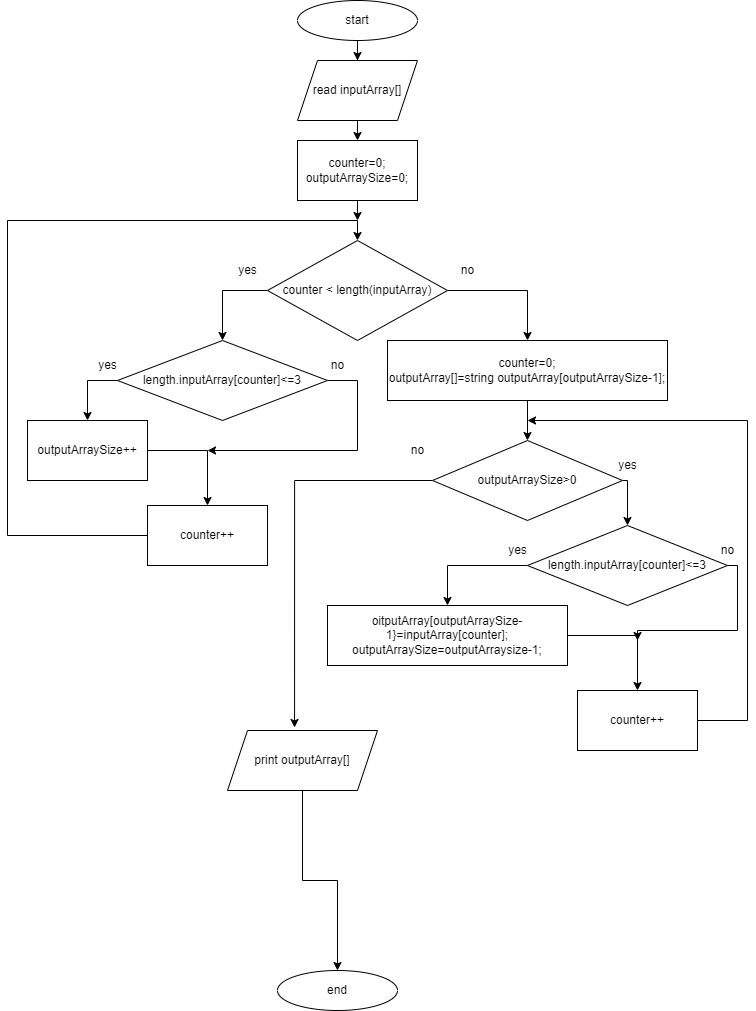
Above: itog_1.png in KnstSpbOne/itog_1 (draw.io), before the change. Source tidied: cells renumbered, new cells last; positions are measured from the earlier drawing's top-left corner, leaving out a move shared by most shapes. Its diagram source:
```xml
<mxGraphModel>
  <root>
    <mxCell id="0" />
    <mxCell id="1" parent="0" />
    <mxCell id="2" style="edgeStyle=orthogonalEdgeStyle;rounded=0;jettySize=auto;html=1;entryX=0.5;entryY=0;entryDx=0;entryDy=0;" parent="1" edge="1" source="3" target="6">
      <mxGeometry relative="1" as="geometry" />
    </mxCell>
    <mxCell id="3" value="start" style="ellipse;whiteSpace=wrap;html=1;" parent="1" vertex="1">
      <mxGeometry x="290" width="120" height="40" as="geometry" />
    </mxCell>
    <mxCell id="4" value="end" style="ellipse;whiteSpace=wrap;html=1;" parent="1" vertex="1">
      <mxGeometry x="270" y="970" width="120" height="40" as="geometry" />
    </mxCell>
    <mxCell id="5" style="edgeStyle=orthogonalEdgeStyle;rounded=0;jettySize=auto;html=1;exitX=0.5;exitY=1;exitDx=0;exitDy=0;entryX=0.5;entryY=0;entryDx=0;entryDy=0;" parent="1" edge="1" source="6" target="8">
      <mxGeometry relative="1" as="geometry" />
    </mxCell>
    <mxCell id="6" value="read inputArray[]" style="shape=parallelogram;perimeter=parallelogramPerimeter;whiteSpace=wrap;html=1;fixedSize=1;" parent="1" vertex="1">
      <mxGeometry x="290" y="60" width="120" height="60" as="geometry" />
    </mxCell>
    <mxCell id="7" style="edgeStyle=orthogonalEdgeStyle;rounded=0;jettySize=auto;html=1;exitX=0.5;exitY=1;exitDx=0;exitDy=0;" parent="1" edge="1" source="8">
      <mxGeometry relative="1" as="geometry">
        <mxPoint x="350" y="220" as="targetPoint" />
      </mxGeometry>
    </mxCell>
    <mxCell id="8" value="counter=0;&lt;br&gt;outputArraySize=0;" style="rounded=0;whiteSpace=wrap;html=1;" parent="1" vertex="1">
      <mxGeometry x="290" y="140" width="120" height="60" as="geometry" />
    </mxCell>
    <mxCell id="9" style="edgeStyle=orthogonalEdgeStyle;rounded=0;jettySize=auto;html=1;exitX=0;exitY=0.5;exitDx=0;exitDy=0;" parent="1" edge="1" source="12">
      <mxGeometry relative="1" as="geometry">
        <mxPoint x="280" y="290" as="targetPoint" />
      </mxGeometry>
    </mxCell>
    <mxCell id="10" style="edgeStyle=orthogonalEdgeStyle;rounded=0;jettySize=auto;html=1;entryX=0.5;entryY=0;entryDx=0;entryDy=0;" parent="1" edge="1" source="12" target="16">
      <mxGeometry relative="1" as="geometry">
        <Array as="points">
          <mxPoint x="215" y="290" />
        </Array>
      </mxGeometry>
    </mxCell>
    <mxCell id="11" style="edgeStyle=orthogonalEdgeStyle;rounded=0;jettySize=auto;html=1;entryX=0.5;entryY=0;entryDx=0;entryDy=0;" parent="1" edge="1" source="12" target="28">
      <mxGeometry relative="1" as="geometry">
        <Array as="points">
          <mxPoint x="520" y="290" />
        </Array>
      </mxGeometry>
    </mxCell>
    <mxCell id="12" value="counter &amp;lt; length(inputArray)" style="rhombus;whiteSpace=wrap;html=1;" parent="1" vertex="1">
      <mxGeometry x="260" y="240" width="180" height="100" as="geometry" />
    </mxCell>
    <mxCell id="13" value="yes" style="text;html=1;align=center;verticalAlign=middle;strokeColor=none;fillColor=none;" parent="1" vertex="1">
      <mxGeometry x="220" y="255" width="40" height="30" as="geometry" />
    </mxCell>
    <mxCell id="14" style="edgeStyle=orthogonalEdgeStyle;rounded=0;jettySize=auto;html=1;exitX=0;exitY=0.5;exitDx=0;exitDy=0;" parent="1" edge="1" source="16" target="18">
      <mxGeometry relative="1" as="geometry">
        <Array as="points">
          <mxPoint x="80" y="380" />
        </Array>
      </mxGeometry>
    </mxCell>
    <mxCell id="15" style="edgeStyle=orthogonalEdgeStyle;rounded=0;jettySize=auto;html=1;" parent="1" edge="1" source="16">
      <mxGeometry relative="1" as="geometry">
        <mxPoint x="200" y="450" as="targetPoint" />
        <Array as="points">
          <mxPoint x="350" y="380" />
          <mxPoint x="350" y="450" />
        </Array>
      </mxGeometry>
    </mxCell>
    <mxCell id="16" value="length.inputArray[counter]&amp;lt;=3" style="rhombus;whiteSpace=wrap;html=1;" parent="1" vertex="1">
      <mxGeometry x="110" y="340" width="210" height="80" as="geometry" />
    </mxCell>
    <mxCell id="17" style="edgeStyle=orthogonalEdgeStyle;rounded=0;jettySize=auto;html=1;entryX=0.5;entryY=0;entryDx=0;entryDy=0;" parent="1" edge="1" source="18" target="21">
      <mxGeometry relative="1" as="geometry">
        <Array as="points">
          <mxPoint x="200" y="450" />
        </Array>
      </mxGeometry>
    </mxCell>
    <mxCell id="18" value="outputArraySize++" style="rounded=0;whiteSpace=wrap;html=1;" parent="1" vertex="1">
      <mxGeometry x="20" y="420" width="120" height="60" as="geometry" />
    </mxCell>
    <mxCell id="19" value="yes" style="text;html=1;align=center;verticalAlign=middle;strokeColor=none;fillColor=none;" parent="1" vertex="1">
      <mxGeometry x="80" y="350" width="40" height="30" as="geometry" />
    </mxCell>
    <mxCell id="20" style="edgeStyle=orthogonalEdgeStyle;rounded=0;jettySize=auto;html=1;entryX=0.5;entryY=0;entryDx=0;entryDy=0;" parent="1" edge="1" source="21" target="12">
      <mxGeometry relative="1" as="geometry">
        <Array as="points">
          <mxPoint y="535" />
          <mxPoint y="220" />
          <mxPoint x="350" y="220" />
        </Array>
      </mxGeometry>
    </mxCell>
    <mxCell id="21" value="counter++" style="rounded=0;whiteSpace=wrap;html=1;" parent="1" vertex="1">
      <mxGeometry x="140" y="505" width="120" height="60" as="geometry" />
    </mxCell>
    <mxCell id="22" value="no" style="text;html=1;align=center;verticalAlign=middle;strokeColor=none;fillColor=none;" parent="1" vertex="1">
      <mxGeometry x="310" y="350" width="40" height="30" as="geometry" />
    </mxCell>
    <mxCell id="23" value="no" style="text;html=1;align=center;verticalAlign=middle;strokeColor=none;fillColor=none;" parent="1" vertex="1">
      <mxGeometry x="440" y="255" width="40" height="30" as="geometry" />
    </mxCell>
    <mxCell id="24" style="edgeStyle=orthogonalEdgeStyle;rounded=0;jettySize=auto;html=1;exitX=1;exitY=0.5;exitDx=0;exitDy=0;entryX=0.5;entryY=0;entryDx=0;entryDy=0;" parent="1" edge="1" source="26" target="31">
      <mxGeometry relative="1" as="geometry">
        <Array as="points">
          <mxPoint x="620" y="480" />
        </Array>
      </mxGeometry>
    </mxCell>
    <mxCell id="25" style="edgeStyle=orthogonalEdgeStyle;rounded=0;jettySize=auto;html=1;exitX=0;exitY=0.5;exitDx=0;exitDy=0;entryX=0.447;entryY=-0.05;entryDx=0;entryDy=0;entryPerimeter=0;" parent="1" edge="1" source="26" target="41">
      <mxGeometry relative="1" as="geometry" />
    </mxCell>
    <mxCell id="26" value="outputArraySize&amp;gt;0" style="rhombus;whiteSpace=wrap;html=1;" parent="1" vertex="1">
      <mxGeometry x="425" y="440" width="190" height="80" as="geometry" />
    </mxCell>
    <mxCell id="27" style="edgeStyle=orthogonalEdgeStyle;rounded=0;jettySize=auto;html=1;entryX=0.5;entryY=0;entryDx=0;entryDy=0;" parent="1" edge="1" source="28" target="26">
      <mxGeometry relative="1" as="geometry" />
    </mxCell>
    <mxCell id="28" value="counter=0;&lt;br&gt;outputArray[]=string outputArray[outputArraySize-1];" style="rounded=0;whiteSpace=wrap;html=1;" parent="1" vertex="1">
      <mxGeometry x="380" y="340" width="280" height="60" as="geometry" />
    </mxCell>
    <mxCell id="29" style="edgeStyle=orthogonalEdgeStyle;rounded=0;jettySize=auto;html=1;entryX=0.5;entryY=0;entryDx=0;entryDy=0;" parent="1" edge="1" source="31" target="33">
      <mxGeometry relative="1" as="geometry">
        <Array as="points">
          <mxPoint x="440" y="565" />
        </Array>
      </mxGeometry>
    </mxCell>
    <mxCell id="30" style="edgeStyle=orthogonalEdgeStyle;rounded=0;jettySize=auto;html=1;exitX=1;exitY=0.5;exitDx=0;exitDy=0;" parent="1" edge="1" source="31">
      <mxGeometry relative="1" as="geometry">
        <mxPoint x="630" y="640" as="targetPoint" />
        <Array as="points">
          <mxPoint x="730" y="565" />
          <mxPoint x="730" y="630" />
          <mxPoint x="630" y="630" />
        </Array>
      </mxGeometry>
    </mxCell>
    <mxCell id="31" value="length.inputArray[counter]&amp;lt;=3" style="rhombus;whiteSpace=wrap;html=1;" parent="1" vertex="1">
      <mxGeometry x="520" y="525" width="200" height="80" as="geometry" />
    </mxCell>
    <mxCell id="32" style="edgeStyle=orthogonalEdgeStyle;rounded=0;jettySize=auto;html=1;entryX=0.5;entryY=0;entryDx=0;entryDy=0;" parent="1" edge="1" source="33" target="36">
      <mxGeometry relative="1" as="geometry" />
    </mxCell>
    <mxCell id="33" value="oitputArray[outputArraySize-1}=inputArray[counter];&lt;br&gt;outputArraySize=outputArraysize-1;" style="rounded=0;whiteSpace=wrap;html=1;" parent="1" vertex="1">
      <mxGeometry x="320" y="605" width="240" height="60" as="geometry" />
    </mxCell>
    <mxCell id="34" value="yes" style="text;html=1;align=center;verticalAlign=middle;strokeColor=none;fillColor=none;" parent="1" vertex="1">
      <mxGeometry x="490" y="535" width="40" height="30" as="geometry" />
    </mxCell>
    <mxCell id="35" style="edgeStyle=orthogonalEdgeStyle;rounded=0;jettySize=auto;html=1;" parent="1" edge="1" source="36">
      <mxGeometry relative="1" as="geometry">
        <mxPoint x="520" y="420" as="targetPoint" />
        <Array as="points">
          <mxPoint x="740" y="720" />
          <mxPoint x="740" y="420" />
        </Array>
      </mxGeometry>
    </mxCell>
    <mxCell id="36" value="counter++" style="rounded=0;whiteSpace=wrap;html=1;" parent="1" vertex="1">
      <mxGeometry x="570" y="690" width="120" height="60" as="geometry" />
    </mxCell>
    <mxCell id="37" value="no" style="text;html=1;align=center;verticalAlign=middle;strokeColor=none;fillColor=none;" parent="1" vertex="1">
      <mxGeometry x="700" y="535" width="40" height="30" as="geometry" />
    </mxCell>
    <mxCell id="38" value="yes" style="text;html=1;align=center;verticalAlign=middle;strokeColor=none;fillColor=none;" parent="1" vertex="1">
      <mxGeometry x="600" y="450" width="40" height="30" as="geometry" />
    </mxCell>
    <mxCell id="39" value="no" style="text;html=1;align=center;verticalAlign=middle;strokeColor=none;fillColor=none;" parent="1" vertex="1">
      <mxGeometry x="390" y="435" width="40" height="30" as="geometry" />
    </mxCell>
    <mxCell id="40" style="edgeStyle=orthogonalEdgeStyle;rounded=0;jettySize=auto;html=1;entryX=0.5;entryY=0;entryDx=0;entryDy=0;" parent="1" edge="1" source="41" target="4">
      <mxGeometry relative="1" as="geometry" />
    </mxCell>
    <mxCell id="41" value="print outputArray[]" style="shape=parallelogram;perimeter=parallelogramPerimeter;whiteSpace=wrap;html=1;fixedSize=1;" parent="1" vertex="1">
      <mxGeometry x="220" y="730" width="150" height="60" as="geometry" />
    </mxCell>
  </root>
</mxGraphModel>
```
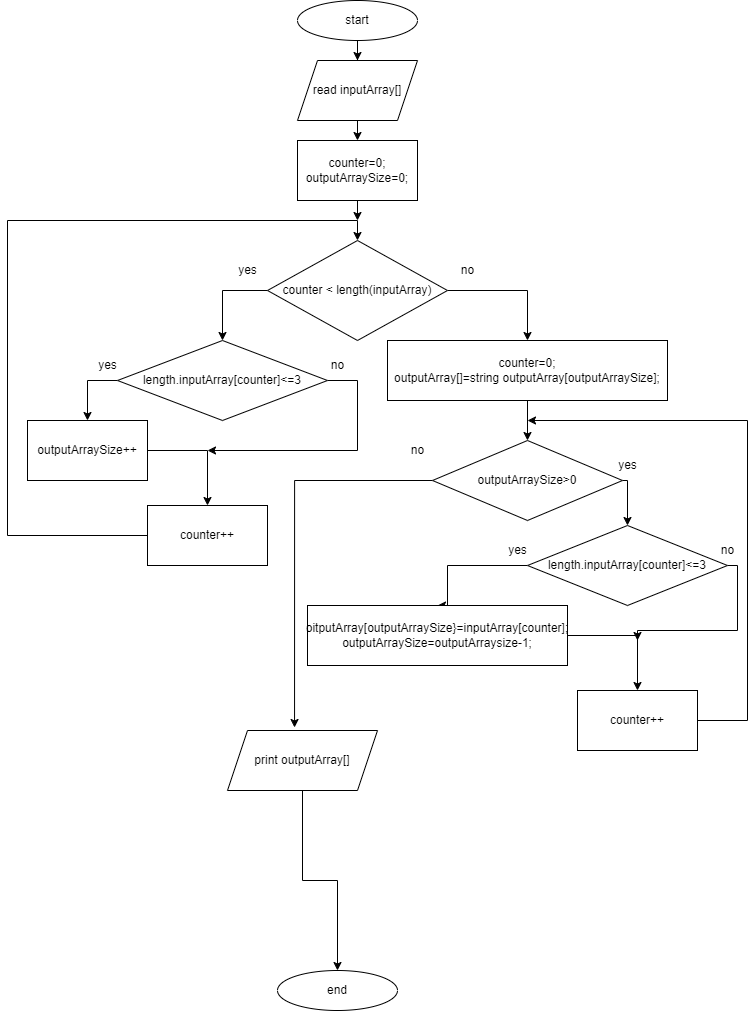
After the commit.

Diff of the diagram source:
```diff
@@ -116,7 +116,7 @@
     <mxCell id="27" style="edgeStyle=orthogonalEdgeStyle;rounded=0;jettySize=auto;html=1;entryX=0.5;entryY=0;entryDx=0;entryDy=0;" parent="1" edge="1" source="28" target="26">
       <mxGeometry relative="1" as="geometry" />
     </mxCell>
-    <mxCell id="28" value="counter=0;&lt;br&gt;outputArray[]=string outputArray[outputArraySize-1];" style="rounded=0;whiteSpace=wrap;html=1;" parent="1" vertex="1">
+    <mxCell id="28" value="counter=0;&lt;br&gt;outputArray[]=string outputArray[outputArraySize];" style="rounded=0;whiteSpace=wrap;html=1;" parent="1" vertex="1">
       <mxGeometry x="380" y="340" width="280" height="60" as="geometry" />
     </mxCell>
     <mxCell id="29" style="edgeStyle=orthogonalEdgeStyle;rounded=0;jettySize=auto;html=1;entryX=0.5;entryY=0;entryDx=0;entryDy=0;" parent="1" edge="1" source="31" target="33">
@@ -142,8 +142,8 @@
     <mxCell id="32" style="edgeStyle=orthogonalEdgeStyle;rounded=0;jettySize=auto;html=1;entryX=0.5;entryY=0;entryDx=0;entryDy=0;" parent="1" edge="1" source="33" target="36">
       <mxGeometry relative="1" as="geometry" />
     </mxCell>
-    <mxCell id="33" value="oitputArray[outputArraySize-1}=inputArray[counter];&lt;br&gt;outputArraySize=outputArraysize-1;" style="rounded=0;whiteSpace=wrap;html=1;" parent="1" vertex="1">
-      <mxGeometry x="320" y="605" width="240" height="60" as="geometry" />
+    <mxCell id="33" value="oitputArray[outputArraySize}=inputArray[counter];&lt;br&gt;outputArraySize=outputArraysize-1;" style="rounded=0;whiteSpace=wrap;html=1;" parent="1" vertex="1">
+      <mxGeometry x="300" y="605" width="260" height="60" as="geometry" />
     </mxCell>
     <mxCell id="34" value="yes" style="text;html=1;align=center;verticalAlign=middle;strokeColor=none;fillColor=none;" parent="1" vertex="1">
       <mxGeometry x="490" y="535" width="40" height="30" as="geometry" />
```
